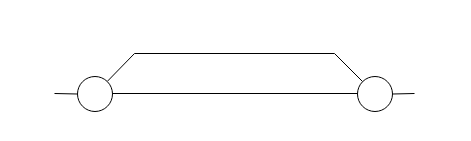
The draw.io diagram graph_db/Bahnhof_single_node.drawio in pascalreiss/draw_io_stuff, before the edit. Source tidied: cells renumbered, new cells numbered last; positions are measured from the earlier drawing's top-left corner, leaving out a move shared by most shapes. Both pictures are drawn from the tidied source at 100%, with x=0, y=0 at pixel (54, 53).
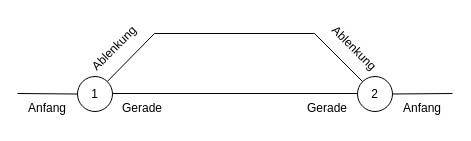
The same page after the edit.

What changed in the source:
```diff
@@
 <mxGraphModel>
   <root>
     <mxCell id="0" />
     <mxCell id="1" parent="0" />
+    <mxCell id="8" value="Anfang" style="text;html=1;align=center;verticalAlign=middle;whiteSpace=wrap;rounded=0;" parent="1" vertex="1">
+      <mxGeometry x="338" y="40" width="60" height="30" as="geometry" />
+    </mxCell>
+    <mxCell id="9" value="Anfang" style="text;html=1;align=center;verticalAlign=middle;whiteSpace=wrap;rounded=0;" parent="1" vertex="1">
+      <mxGeometry x="-37" y="40" width="60" height="30" as="geometry" />
+    </mxCell>
     <mxCell id="2" style="endArrow=none;html=1;rounded=0;" parent="1" edge="1">
       <mxGeometry relative="1" as="geometry">
         <mxPoint x="58" y="40" as="sourcePoint" />
         <mxPoint x="303" y="40" as="targetPoint" />
       </mxGeometry>
     </mxCell>
     <mxCell id="3" style="endArrow=none;html=1;rounded=0;" parent="1" edge="1" source="6" target="7">
       <mxGeometry relative="1" as="geometry">
         <Array as="points">
-          <mxPoint x="80" />
-          <mxPoint x="280" />
+          <mxPoint x="100" y="-20" />
+          <mxPoint x="260" y="-20" />
         </Array>
       </mxGeometry>
     </mxCell>
-    <mxCell id="4" style="endArrow=none;html=1;rounded=0;" parent="1" edge="1" target="6">
-      <mxGeometry relative="1" as="geometry">
-        <mxPoint y="40" as="sourcePoint" />
-      </mxGeometry>
+    <mxCell id="4" style="endArrow=none;html=1;rounded=0;exitX=0;exitY=0;exitDx=0;exitDy=0;" parent="1" edge="1" source="9" target="6">
+      <mxGeometry relative="1" as="geometry" />
     </mxCell>
-    <mxCell id="5" style="endArrow=none;html=1;rounded=0;" parent="1" edge="1" source="7">
-      <mxGeometry relative="1" as="geometry">
-        <mxPoint x="360" y="40" as="targetPoint" />
-      </mxGeometry>
+    <mxCell id="5" style="endArrow=none;html=1;rounded=0;entryX=1;entryY=0;entryDx=0;entryDy=0;" parent="1" edge="1" source="7" target="8">
+      <mxGeometry relative="1" as="geometry" />
     </mxCell>
-    <mxCell id="6" style="ellipse;whiteSpace=wrap;html=1;" parent="1" vertex="1">
+    <mxCell id="6" value="1" style="ellipse;whiteSpace=wrap;html=1;" parent="1" vertex="1">
       <mxGeometry x="23" y="23" width="35" height="35" as="geometry" />
     </mxCell>
-    <mxCell id="7" style="ellipse;whiteSpace=wrap;html=1;" parent="1" vertex="1">
+    <mxCell id="7" value="2" style="ellipse;whiteSpace=wrap;html=1;" parent="1" vertex="1">
       <mxGeometry x="303" y="23" width="35" height="35" as="geometry" />
     </mxCell>
+    <mxCell id="10" value="Ablenkung" style="text;html=1;align=center;verticalAlign=middle;whiteSpace=wrap;rounded=0;rotation=-45;" parent="1" vertex="1">
+      <mxGeometry x="30" y="-20" width="60" height="30" as="geometry" />
+    </mxCell>
+    <mxCell id="11" value="Gerade" style="text;html=1;align=center;verticalAlign=middle;whiteSpace=wrap;rounded=0;" parent="1" vertex="1">
+      <mxGeometry x="58" y="40" width="60" height="30" as="geometry" />
+    </mxCell>
+    <mxCell id="12" value="Gerade" style="text;html=1;align=center;verticalAlign=middle;whiteSpace=wrap;rounded=0;" parent="1" vertex="1">
+      <mxGeometry x="243" y="40" width="60" height="30" as="geometry" />
+    </mxCell>
+    <mxCell id="13" value="Ablenkung" style="text;html=1;align=center;verticalAlign=middle;whiteSpace=wrap;rounded=0;rotation=45;" parent="1" vertex="1">
+      <mxGeometry x="270" y="-20" width="60" height="30" as="geometry" />
+    </mxCell>
   </root>
 </mxGraphModel>
```
